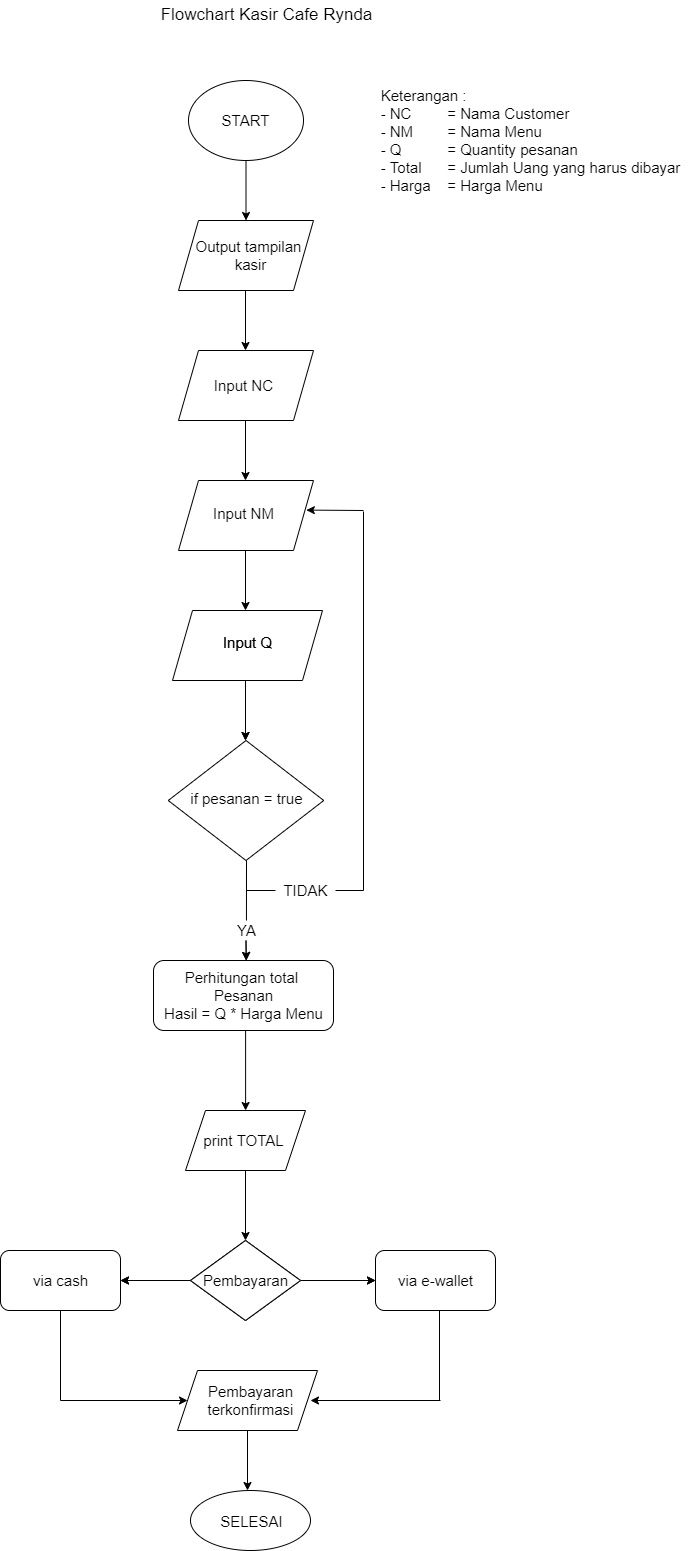
Before: flowchart.drawio.png, a diagram exported from draw.io (meiryndalr/meiryndalr_program_kasir_rynda_cafe). Source tidied: cells renumbered, new cells last; positions are measured from the earlier drawing's top-left corner, leaving out a move shared by most shapes.
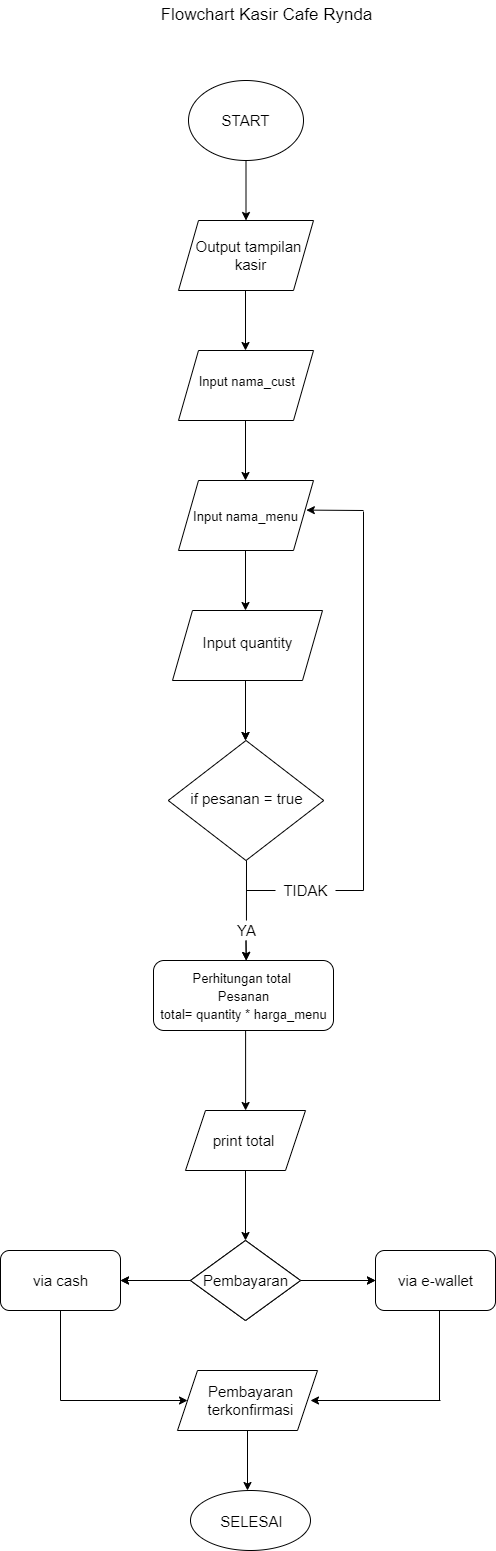
Above is the later version.

What changed in the source:
```diff
@@ -16,9 +16,6 @@
         <mxPoint x="245.5" y="220" as="targetPoint" />
       </mxGeometry>
     </mxCell>
-    <mxCell id="6" value="&lt;div style=&quot;text-align: justify&quot;&gt;Keterangan :&lt;/div&gt;&lt;div style=&quot;text-align: justify&quot;&gt;- NC&lt;span style=&quot;white-space: pre&quot;&gt;&#9;&lt;/span&gt;&lt;span style=&quot;white-space: pre&quot;&gt;&#9;&lt;/span&gt;= Nama Customer&lt;/div&gt;&lt;div style=&quot;text-align: justify&quot;&gt;- NM &lt;span style=&quot;white-space: pre&quot;&gt;&#9;&lt;/span&gt;= Nama Menu&lt;/div&gt;&lt;div style=&quot;text-align: justify&quot;&gt;- Q&amp;nbsp; &lt;span style=&quot;white-space: pre&quot;&gt;&#9;&lt;/span&gt;&lt;span style=&quot;white-space: pre&quot;&gt;&#9;&lt;/span&gt;= Quantity pesanan&lt;/div&gt;&lt;div style=&quot;text-align: justify&quot;&gt;- Total &lt;span style=&quot;white-space: pre&quot;&gt;&#9;&lt;/span&gt;= Jumlah Uang yang harus dibayar&lt;/div&gt;&lt;div style=&quot;text-align: justify&quot;&gt;- Harga&lt;span style=&quot;white-space: pre&quot;&gt;&#9;&lt;/span&gt;= Harga Menu&lt;/div&gt;" style="text;html=1;align=center;verticalAlign=middle;fillColor=none;strokeColor=none;rounded=0;fontSize=15;" parent="1" vertex="1">
-      <mxGeometry x="370" y="85" width="320" height="110" as="geometry" />
-    </mxCell>
     <mxCell id="7" style="shape=parallelogram;perimeter=parallelogramPerimeter;whiteSpace=wrap;html=1;fixedSize=1;fontSize=15;strokeWidth=1;" parent="1" vertex="1">
       <mxGeometry x="178" y="220" width="135" height="70" as="geometry" />
     </mxCell>
@@ -34,8 +31,8 @@
     <mxCell id="10" style="shape=parallelogram;perimeter=parallelogramPerimeter;whiteSpace=wrap;html=1;fixedSize=1;fontSize=15;strokeWidth=1;" parent="1" vertex="1">
       <mxGeometry x="178" y="350" width="135" height="70" as="geometry" />
     </mxCell>
-    <mxCell id="11" value="Input NC&amp;nbsp;" style="text;html=1;align=center;verticalAlign=middle;fillColor=none;strokeColor=none;rounded=0;fontSize=15;" parent="1" vertex="1">
-      <mxGeometry x="205" y="375" width="80" height="20" as="geometry" />
+    <mxCell id="11" value="&lt;font style=&quot;font-size: 13px&quot;&gt;Input nama_cust&amp;nbsp;&lt;/font&gt;" style="text;html=1;align=center;verticalAlign=middle;fillColor=none;strokeColor=none;rounded=0;fontSize=15;" parent="1" vertex="1">
+      <mxGeometry x="188" y="370" width="120" height="20" as="geometry" />
     </mxCell>
     <mxCell id="12" style="endArrow=classic;html=1;fontSize=15;exitX=0.5;exitY=1;exitDx=0;exitDy=0;entryX=0.5;entryY=0;entryDx=0;entryDy=0;" parent="1" edge="1">
       <mxGeometry relative="1" as="geometry">
@@ -46,8 +43,8 @@
     <mxCell id="13" style="shape=parallelogram;perimeter=parallelogramPerimeter;whiteSpace=wrap;html=1;fixedSize=1;fontSize=15;strokeWidth=1;" parent="1" vertex="1">
       <mxGeometry x="178" y="480" width="135" height="70" as="geometry" />
     </mxCell>
-    <mxCell id="14" value="Input NM" style="text;html=1;align=center;verticalAlign=middle;fillColor=none;strokeColor=none;rounded=0;fontSize=15;" parent="1" vertex="1">
-      <mxGeometry x="203" y="503" width="80" height="20" as="geometry" />
+    <mxCell id="14" value="&lt;font style=&quot;font-size: 13px&quot;&gt;Input nama_menu&lt;/font&gt;" style="text;html=1;align=center;verticalAlign=middle;fillColor=none;strokeColor=none;rounded=0;fontSize=15;" parent="1" vertex="1">
+      <mxGeometry x="185" y="505" width="120" height="20" as="geometry" />
     </mxCell>
     <mxCell id="15" style="endArrow=classic;html=1;fontSize=15;exitX=0.5;exitY=1;exitDx=0;exitDy=0;entryX=0.5;entryY=0;entryDx=0;entryDy=0;" parent="1" edge="1">
       <mxGeometry relative="1" as="geometry">
@@ -58,8 +55,8 @@
     <mxCell id="16" style="shape=parallelogram;perimeter=parallelogramPerimeter;whiteSpace=wrap;html=1;fixedSize=1;fontSize=15;strokeWidth=1;" parent="1" vertex="1">
       <mxGeometry x="172" y="610" width="150" height="70" as="geometry" />
     </mxCell>
-    <mxCell id="17" value="Input Q" style="text;html=1;align=center;verticalAlign=middle;fillColor=none;strokeColor=none;rounded=0;fontSize=15;" parent="1" vertex="1">
-      <mxGeometry x="217" y="632" width="60" height="20" as="geometry" />
+    <mxCell id="17" value="Input quantity" style="text;html=1;align=center;verticalAlign=middle;fillColor=none;strokeColor=none;rounded=0;fontSize=15;" parent="1" vertex="1">
+      <mxGeometry x="192" y="632" width="110" height="20" as="geometry" />
     </mxCell>
     <mxCell id="18" style="endArrow=classic;html=1;fontSize=15;exitX=0.5;exitY=1;exitDx=0;exitDy=0;entryX=0.5;entryY=0;entryDx=0;entryDy=0;" parent="1" edge="1">
       <mxGeometry relative="1" as="geometry">
@@ -73,9 +70,6 @@
         <mxPoint x="305.8" y="509.6" as="targetPoint" />
       </mxGeometry>
     </mxCell>
-    <mxCell id="20" value="Input Q" style="text;html=1;align=center;verticalAlign=middle;fillColor=none;strokeColor=none;rounded=0;fontSize=15;" parent="1" vertex="1">
-      <mxGeometry x="217" y="632" width="60" height="20" as="geometry" />
-    </mxCell>
     <mxCell id="21" style="endArrow=classic;html=1;fontSize=15;exitX=0.5;exitY=1;exitDx=0;exitDy=0;entryX=0.5;entryY=0;entryDx=0;entryDy=0;" parent="1" edge="1">
       <mxGeometry relative="1" as="geometry">
         <mxPoint x="245" y="680" as="sourcePoint" />
@@ -128,8 +122,8 @@
     <mxCell id="32" style="rounded=1;whiteSpace=wrap;html=1;fontSize=15;strokeWidth=1;" parent="1" vertex="1">
       <mxGeometry x="153" y="960" width="180" height="70" as="geometry" />
     </mxCell>
-    <mxCell id="33" value="Perhitungan total &lt;br&gt;Pesanan&lt;br&gt;Hasil = Q * Harga Menu" style="text;html=1;align=center;verticalAlign=middle;fillColor=none;strokeColor=none;rounded=0;fontSize=15;" parent="1" vertex="1">
-      <mxGeometry x="158" y="965" width="170" height="60" as="geometry" />
+    <mxCell id="33" value="&lt;font style=&quot;font-size: 13px&quot;&gt;Perhitungan total &lt;br&gt;Pesanan&lt;br&gt;total= quantity * harga_menu&lt;/font&gt;" style="text;html=1;align=center;verticalAlign=middle;fillColor=none;strokeColor=none;rounded=0;fontSize=15;" parent="1" vertex="1">
+      <mxGeometry x="153" y="965" width="180" height="60" as="geometry" />
     </mxCell>
     <mxCell id="34" style="endArrow=classic;html=1;fontSize=15;exitX=0.5;exitY=1;exitDx=0;exitDy=0;" parent="1" edge="1">
       <mxGeometry relative="1" as="geometry">
@@ -145,8 +139,8 @@
     <mxCell id="36" style="shape=parallelogram;perimeter=parallelogramPerimeter;whiteSpace=wrap;html=1;fixedSize=1;fontSize=15;strokeWidth=1;" parent="1" vertex="1">
       <mxGeometry x="185" y="1110" width="120" height="60" as="geometry" />
     </mxCell>
-    <mxCell id="37" value="print TOTAL" style="text;html=1;align=center;verticalAlign=middle;fillColor=none;strokeColor=none;rounded=0;fontSize=15;" parent="1" vertex="1">
-      <mxGeometry x="193" y="1130" width="100" height="20" as="geometry" />
+    <mxCell id="37" value="print total" style="text;html=1;align=center;verticalAlign=middle;fillColor=none;strokeColor=none;rounded=0;fontSize=15;" parent="1" vertex="1">
+      <mxGeometry x="203" y="1130" width="80" height="20" as="geometry" />
     </mxCell>
     <mxCell id="38" style="edgeStyle=none;html=1;fontSize=15;" parent="1" edge="1" source="39">
       <mxGeometry relative="1" as="geometry">
```
